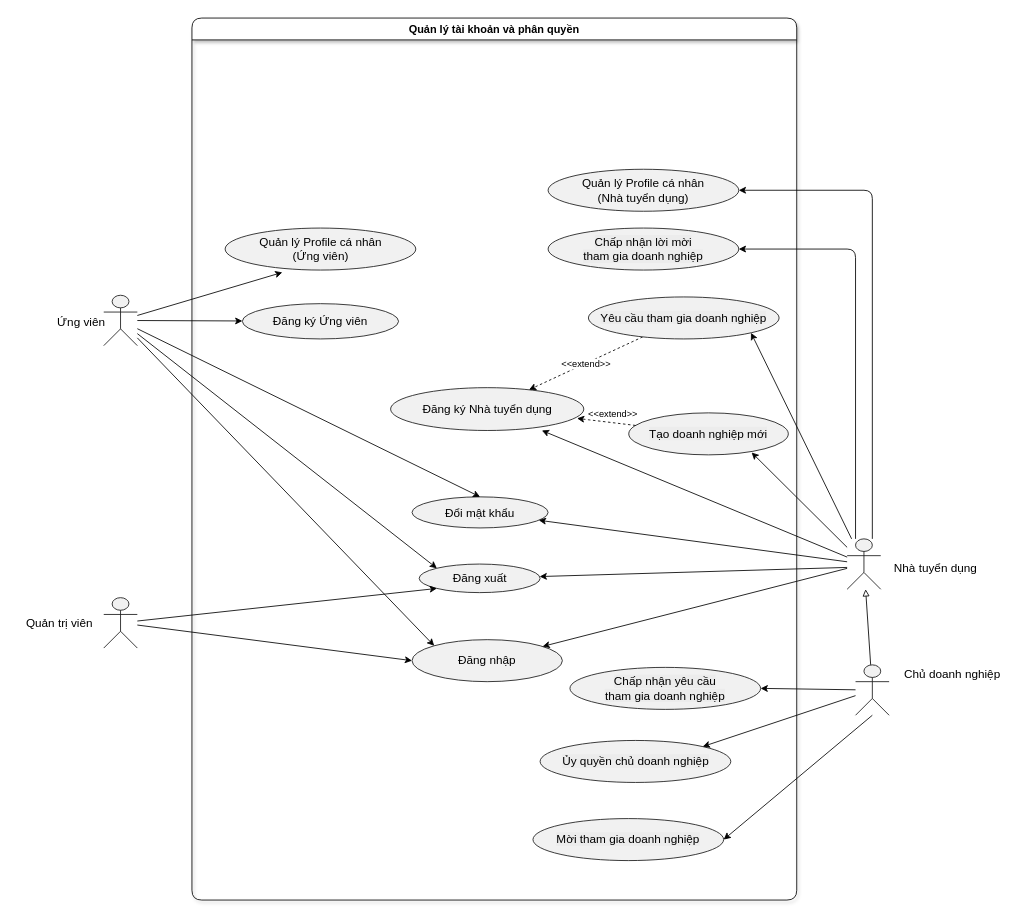
This is diagrams/usecase_account.drawio from SE-Project-CTU/smart-recruitment-docs, a draw.io file, before an edit. Source tidied: cells renumbered, new cells numbered last; positions are measured from the earlier drawing's top-left corner, leaving out a move shared by most shapes. Both pictures are drawn from the tidied source at 84%, with x=0, y=0 at pixel (13, 18).
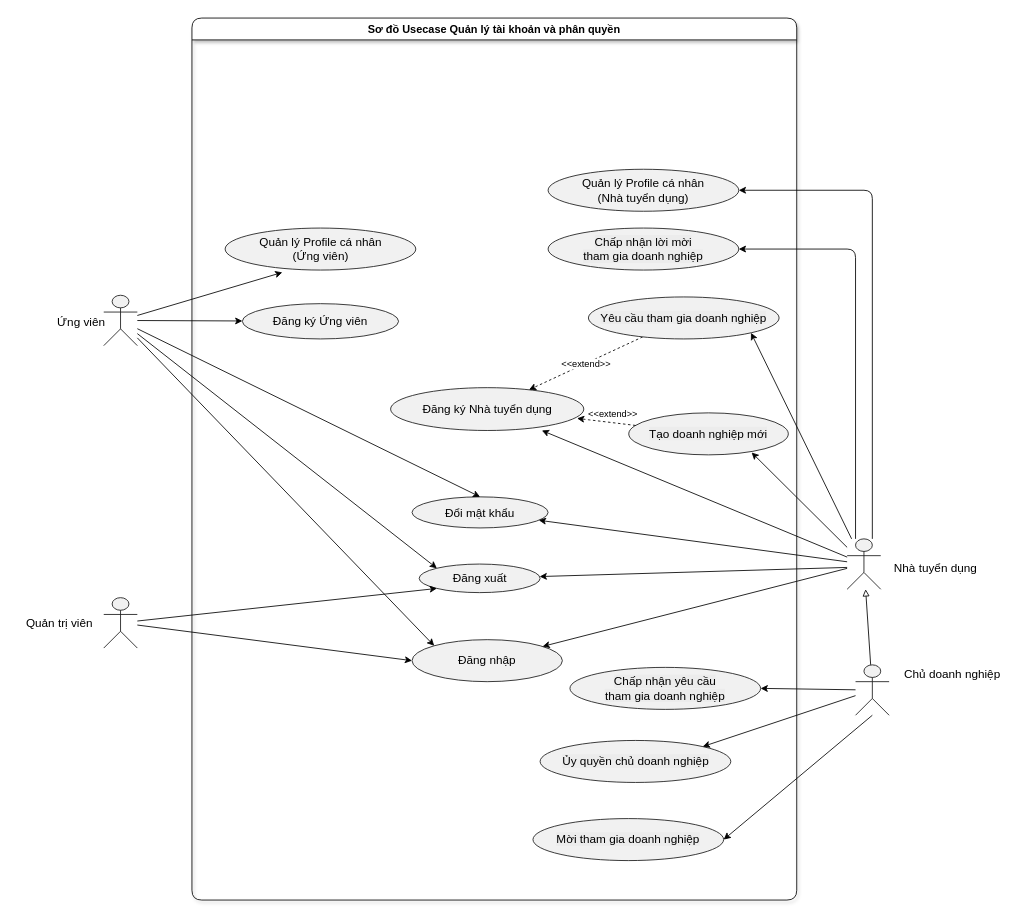
The same diagram, later.

Commit message (it also covers changes not shown here):
docs: Update use case diagrams for account and admin subsystems with improved labels and layout adjustments

Diff of the diagram source:
```diff
@@
-    <mxCell id="2" value="Quản lý tài khoản và phân quyền" style="swimlane;startSize=26;fontSize=13;fontStyle=1;whiteSpace=wrap;shadow=1;rounded=1;glass=0;swimlaneLine=1;fillColor=default;gradientColor=none;fillStyle=solid;" parent="1" vertex="1">
+    <mxCell id="2" value="Sơ đồ Usecase Quản lý tài khoản và phân quyền" style="swimlane;startSize=26;fontSize=13;fontStyle=1;whiteSpace=wrap;shadow=1;rounded=1;glass=0;swimlaneLine=1;fillColor=default;gradientColor=none;fillStyle=solid;" parent="1" vertex="1">
       <mxGeometry x="212" width="720" height="1050" as="geometry" />
     </mxCell>
```
